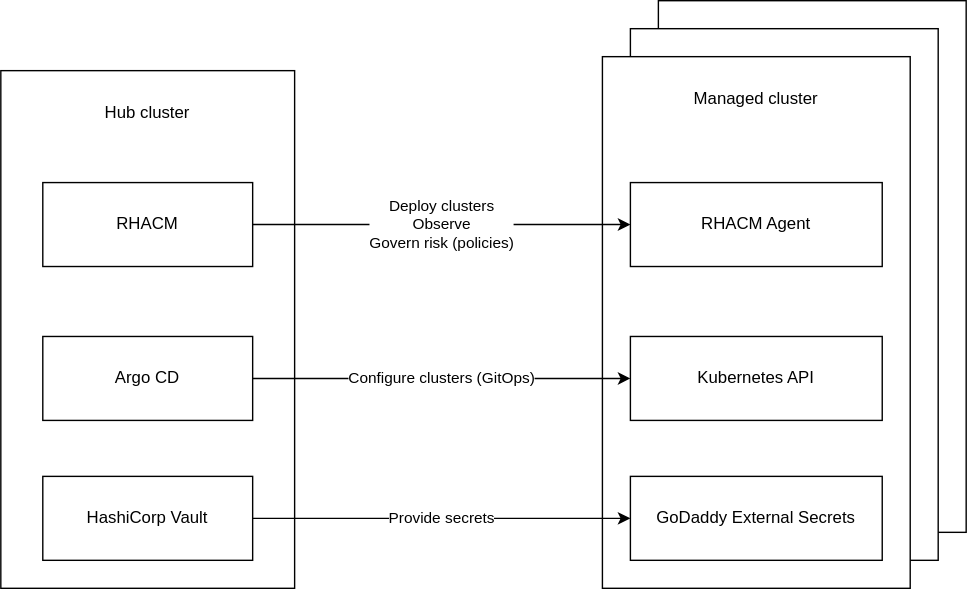
Above: docs/diagrams/multi_cluster_management_1.svg in noseka1/multicluster-management-rhacm-argocd (draw.io), before the change. Source tidied: cells renumbered, new cells last; positions are measured from the earlier drawing's top-left corner, leaving out a move shared by most shapes. Source of this version:
```xml
<mxGraphModel>
  <root>
    <mxCell id="0" />
    <mxCell id="1" parent="0" />
    <mxCell id="2" style="rounded=0;whiteSpace=wrap;html=1;" parent="1" vertex="1">
      <mxGeometry x="470" width="220" height="380" as="geometry" />
    </mxCell>
    <mxCell id="3" style="rounded=0;whiteSpace=wrap;html=1;" parent="1" vertex="1">
      <mxGeometry x="450" y="20" width="220" height="380" as="geometry" />
    </mxCell>
    <mxCell id="4" style="rounded=0;whiteSpace=wrap;html=1;" parent="1" vertex="1">
      <mxGeometry y="50" width="210" height="370" as="geometry" />
    </mxCell>
    <mxCell id="5" value="Hub cluster" style="text;html=1;strokeColor=none;fillColor=none;align=center;verticalAlign=middle;whiteSpace=wrap;rounded=0;" parent="1" vertex="1">
      <mxGeometry x="49" y="70" width="112" height="20" as="geometry" />
    </mxCell>
    <mxCell id="6" value="Argo CD" style="rounded=0;whiteSpace=wrap;html=1;" parent="1" vertex="1">
      <mxGeometry x="30" y="240" width="150" height="60" as="geometry" />
    </mxCell>
    <mxCell id="7" value="HashiCorp Vault" style="rounded=0;whiteSpace=wrap;html=1;" parent="1" vertex="1">
      <mxGeometry x="30" y="340" width="150" height="60" as="geometry" />
    </mxCell>
    <mxCell id="8" style="rounded=0;whiteSpace=wrap;html=1;" parent="1" vertex="1">
      <mxGeometry x="430" y="40" width="220" height="380" as="geometry" />
    </mxCell>
    <mxCell id="9" value="Managed cluster" style="text;html=1;strokeColor=none;fillColor=none;align=center;verticalAlign=middle;whiteSpace=wrap;rounded=0;" parent="1" vertex="1">
      <mxGeometry x="484" y="60" width="112" height="20" as="geometry" />
    </mxCell>
    <mxCell id="10" value="GoDaddy External Secrets" style="rounded=0;whiteSpace=wrap;html=1;" parent="1" vertex="1">
      <mxGeometry x="450" y="340" width="180" height="60" as="geometry" />
    </mxCell>
    <mxCell id="11" value="RHACM" style="rounded=0;whiteSpace=wrap;html=1;" parent="1" vertex="1">
      <mxGeometry x="30" y="130" width="150" height="60" as="geometry" />
    </mxCell>
    <mxCell id="12" value="Deploy clusters&lt;br&gt;Observe&lt;br&gt;Govern risk (policies)" style="endArrow=classic;html=1;exitX=1;exitY=0.5;exitDx=0;exitDy=0;entryX=0;entryY=0.5;entryDx=0;entryDy=0;" parent="1" edge="1" source="11" target="15">
      <mxGeometry relative="1" as="geometry" />
    </mxCell>
    <mxCell id="13" value="Configure clusters (GitOps)&lt;br&gt;" style="endArrow=classic;html=1;exitX=1;exitY=0.5;exitDx=0;exitDy=0;entryX=0;entryY=0.5;entryDx=0;entryDy=0;" parent="1" edge="1" source="6" target="16">
      <mxGeometry relative="1" as="geometry" />
    </mxCell>
    <mxCell id="14" value="Provide secrets" style="endArrow=classic;html=1;exitX=1;exitY=0.5;exitDx=0;exitDy=0;entryX=0;entryY=0.5;entryDx=0;entryDy=0;" parent="1" edge="1" source="7" target="10">
      <mxGeometry relative="1" as="geometry" />
    </mxCell>
    <mxCell id="15" value="RHACM Agent" style="rounded=0;whiteSpace=wrap;html=1;" parent="1" vertex="1">
      <mxGeometry x="450" y="130" width="180" height="60" as="geometry" />
    </mxCell>
    <mxCell id="16" value="Kubernetes API" style="rounded=0;whiteSpace=wrap;html=1;" parent="1" vertex="1">
      <mxGeometry x="450" y="240" width="180" height="60" as="geometry" />
    </mxCell>
  </root>
</mxGraphModel>
```
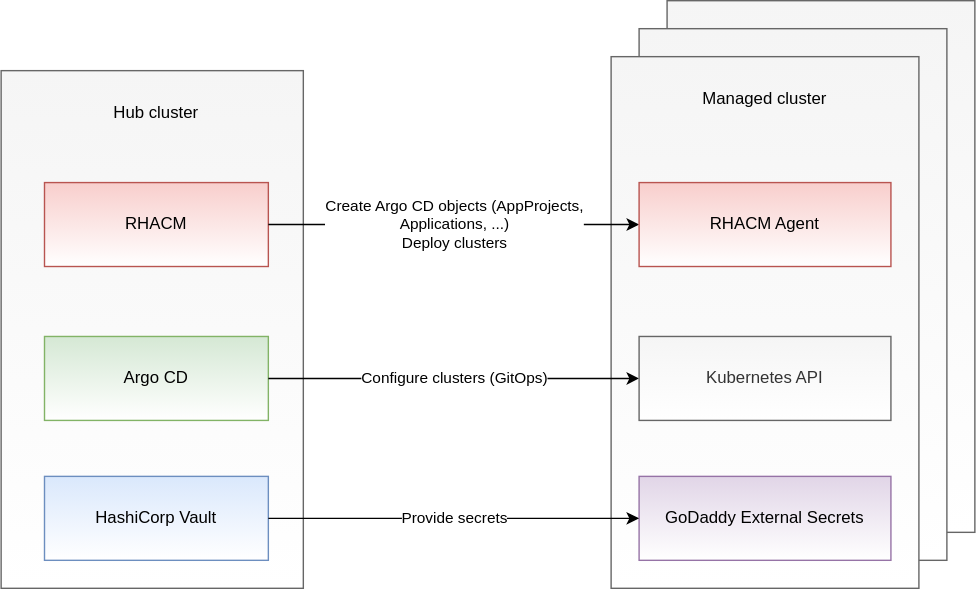
Later version of the same file.

Diff of the diagram source:
```diff
@@ -2,37 +2,37 @@
   <root>
     <mxCell id="0" />
     <mxCell id="1" parent="0" />
-    <mxCell id="2" style="rounded=0;whiteSpace=wrap;html=1;" parent="1" vertex="1">
+    <mxCell id="2" style="rounded=0;whiteSpace=wrap;html=1;fillColor=#f5f5f5;strokeColor=#666666;fontColor=#333333;gradientColor=#ffffff;" parent="1" vertex="1">
       <mxGeometry x="470" width="220" height="380" as="geometry" />
     </mxCell>
-    <mxCell id="3" style="rounded=0;whiteSpace=wrap;html=1;" parent="1" vertex="1">
+    <mxCell id="3" style="rounded=0;whiteSpace=wrap;html=1;fillColor=#f5f5f5;strokeColor=#666666;fontColor=#333333;gradientColor=#ffffff;" parent="1" vertex="1">
       <mxGeometry x="450" y="20" width="220" height="380" as="geometry" />
     </mxCell>
-    <mxCell id="4" style="rounded=0;whiteSpace=wrap;html=1;" parent="1" vertex="1">
-      <mxGeometry y="50" width="210" height="370" as="geometry" />
+    <mxCell id="4" style="rounded=0;whiteSpace=wrap;html=1;fillColor=#f5f5f5;strokeColor=#666666;fontColor=#333333;gradientColor=#ffffff;" parent="1" vertex="1">
+      <mxGeometry x="-6" y="50" width="216" height="370" as="geometry" />
     </mxCell>
     <mxCell id="5" value="Hub cluster" style="text;html=1;strokeColor=none;fillColor=none;align=center;verticalAlign=middle;whiteSpace=wrap;rounded=0;" parent="1" vertex="1">
       <mxGeometry x="49" y="70" width="112" height="20" as="geometry" />
     </mxCell>
-    <mxCell id="6" value="Argo CD" style="rounded=0;whiteSpace=wrap;html=1;" parent="1" vertex="1">
-      <mxGeometry x="30" y="240" width="150" height="60" as="geometry" />
+    <mxCell id="6" value="Argo CD" style="rounded=0;whiteSpace=wrap;html=1;fillColor=#d5e8d4;strokeColor=#82b366;gradientColor=#ffffff;" parent="1" vertex="1">
+      <mxGeometry x="25" y="240" width="160" height="60" as="geometry" />
     </mxCell>
-    <mxCell id="7" value="HashiCorp Vault" style="rounded=0;whiteSpace=wrap;html=1;" parent="1" vertex="1">
-      <mxGeometry x="30" y="340" width="150" height="60" as="geometry" />
+    <mxCell id="7" value="HashiCorp Vault" style="rounded=0;whiteSpace=wrap;html=1;fillColor=#dae8fc;strokeColor=#6c8ebf;gradientColor=#ffffff;" parent="1" vertex="1">
+      <mxGeometry x="25" y="340" width="160" height="60" as="geometry" />
     </mxCell>
-    <mxCell id="8" style="rounded=0;whiteSpace=wrap;html=1;" parent="1" vertex="1">
+    <mxCell id="8" style="rounded=0;whiteSpace=wrap;html=1;fillColor=#f5f5f5;strokeColor=#666666;fontColor=#333333;gradientColor=#ffffff;" parent="1" vertex="1">
       <mxGeometry x="430" y="40" width="220" height="380" as="geometry" />
     </mxCell>
     <mxCell id="9" value="Managed cluster" style="text;html=1;strokeColor=none;fillColor=none;align=center;verticalAlign=middle;whiteSpace=wrap;rounded=0;" parent="1" vertex="1">
       <mxGeometry x="484" y="60" width="112" height="20" as="geometry" />
     </mxCell>
-    <mxCell id="10" value="GoDaddy External Secrets" style="rounded=0;whiteSpace=wrap;html=1;" parent="1" vertex="1">
+    <mxCell id="10" value="GoDaddy External Secrets" style="rounded=0;whiteSpace=wrap;html=1;fillColor=#e1d5e7;strokeColor=#9673a6;gradientColor=#ffffff;" parent="1" vertex="1">
       <mxGeometry x="450" y="340" width="180" height="60" as="geometry" />
     </mxCell>
-    <mxCell id="11" value="RHACM" style="rounded=0;whiteSpace=wrap;html=1;" parent="1" vertex="1">
-      <mxGeometry x="30" y="130" width="150" height="60" as="geometry" />
+    <mxCell id="11" value="RHACM" style="rounded=0;whiteSpace=wrap;html=1;fillColor=#f8cecc;strokeColor=#b85450;gradientColor=#ffffff;" parent="1" vertex="1">
+      <mxGeometry x="25" y="130" width="160" height="60" as="geometry" />
     </mxCell>
-    <mxCell id="12" value="Deploy clusters&lt;br&gt;Observe&lt;br&gt;Govern risk (policies)" style="endArrow=classic;html=1;exitX=1;exitY=0.5;exitDx=0;exitDy=0;entryX=0;entryY=0.5;entryDx=0;entryDy=0;" parent="1" edge="1" source="11" target="15">
+    <mxCell id="12" value="Create Argo CD objects (AppProjects,&lt;br&gt;Applications, ...)&lt;br&gt;Deploy clusters" style="endArrow=classic;html=1;exitX=1;exitY=0.5;exitDx=0;exitDy=0;entryX=0;entryY=0.5;entryDx=0;entryDy=0;" parent="1" edge="1" source="11" target="15">
       <mxGeometry relative="1" as="geometry" />
     </mxCell>
     <mxCell id="13" value="Configure clusters (GitOps)&lt;br&gt;" style="endArrow=classic;html=1;exitX=1;exitY=0.5;exitDx=0;exitDy=0;entryX=0;entryY=0.5;entryDx=0;entryDy=0;" parent="1" edge="1" source="6" target="16">
@@ -41,10 +41,10 @@
     <mxCell id="14" value="Provide secrets" style="endArrow=classic;html=1;exitX=1;exitY=0.5;exitDx=0;exitDy=0;entryX=0;entryY=0.5;entryDx=0;entryDy=0;" parent="1" edge="1" source="7" target="10">
       <mxGeometry relative="1" as="geometry" />
     </mxCell>
-    <mxCell id="15" value="RHACM Agent" style="rounded=0;whiteSpace=wrap;html=1;" parent="1" vertex="1">
+    <mxCell id="15" value="RHACM Agent" style="rounded=0;whiteSpace=wrap;html=1;fillColor=#f8cecc;strokeColor=#b85450;gradientColor=#ffffff;" parent="1" vertex="1">
       <mxGeometry x="450" y="130" width="180" height="60" as="geometry" />
     </mxCell>
-    <mxCell id="16" value="Kubernetes API" style="rounded=0;whiteSpace=wrap;html=1;" parent="1" vertex="1">
+    <mxCell id="16" value="Kubernetes API" style="rounded=0;whiteSpace=wrap;html=1;fillColor=#f5f5f5;strokeColor=#666666;fontColor=#333333;gradientColor=#ffffff;" parent="1" vertex="1">
       <mxGeometry x="450" y="240" width="180" height="60" as="geometry" />
     </mxCell>
   </root>
```
